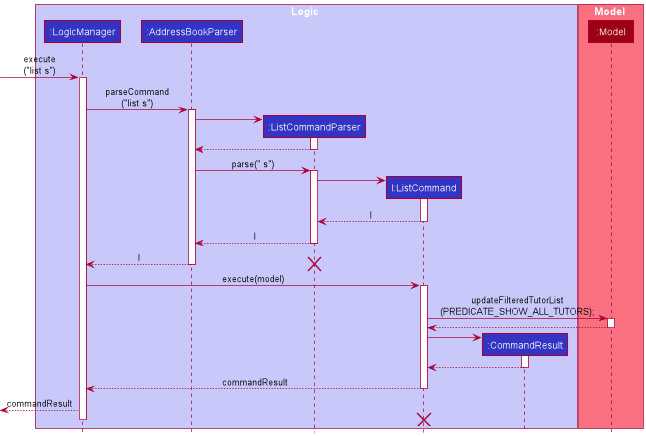
Earlier version of the PlantUML export docs/images/ListCommandSequenceDiagram.png (tenebrius1/tp). Its diagram source:
```plantuml
@startuml
!include style.puml

box Logic LOGIC_COLOR_T1
participant ":LogicManager" as LogicManager LOGIC_COLOR
participant ":AddressBookParser" as AddressBookParser LOGIC_COLOR
participant ":ListCommandParser" as ListCommandParser LOGIC_COLOR
participant "l:ListCommand" as ListCommand LOGIC_COLOR
participant ":CommandResult" as CommandResult LOGIC_COLOR
end box

box Model MODEL_COLOR_T1
participant ":Model" as Model MODEL_COLOR
end box

[-> LogicManager : execute\n("list s")
activate LogicManager
LogicManager -> AddressBookParser : parseCommand\n("list s")
activate AddressBookParser

create ListCommandParser
AddressBookParser -> ListCommandParser
activate ListCommandParser

AddressBookParser <-- ListCommandParser
deactivate ListCommandParser

AddressBookParser -> ListCommandParser : parse(" s")
activate ListCommandParser

create ListCommand
ListCommandParser -> ListCommand
activate ListCommand

ListCommandParser <-- ListCommand : l
deactivate ListCommand

ListCommandParser --> AddressBookParser : l
deactivate ListCommandParser

AddressBookParser --> LogicManager : l
deactivate AddressBookParser
destroy ListCommandParser

LogicManager -> ListCommand : execute(model)
activate ListCommand

ListCommand -> Model : updateFilteredTutorList\n(PREDICATE_SHOW_ALL_TUTORS);
activate Model
ListCommand <-- Model
deactivate Model

create CommandResult
ListCommand -> CommandResult
activate CommandResult

CommandResult --> ListCommand
deactivate CommandResult

ListCommand --> LogicManager : commandResult
deactivate ListCommand

[<--LogicManager : commandResult
ListCommand -[hidden]-> LogicManager
destroy ListCommand
deactivate LogicManager
@enduml
```
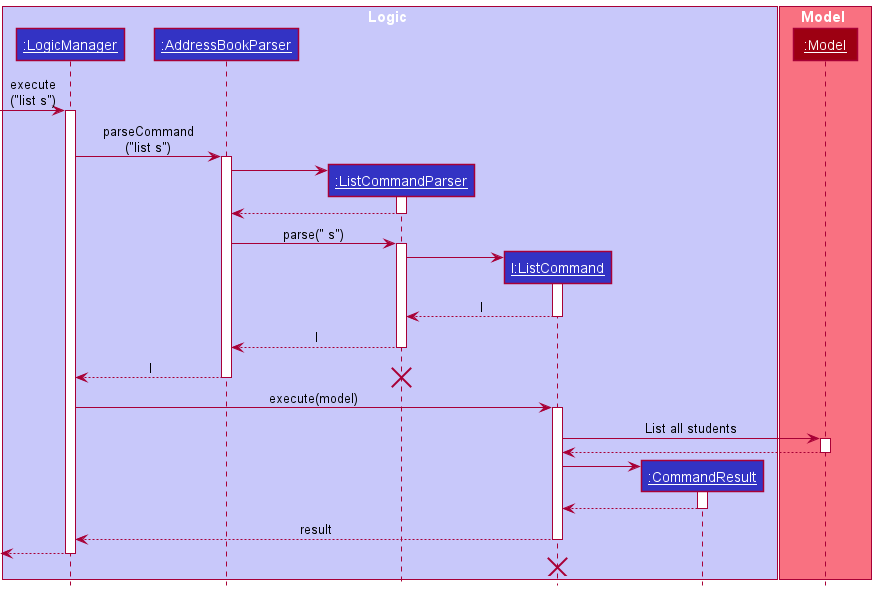
The same file after the commit.

Diff of the diagram source:
```diff
@@ -2,15 +2,15 @@
 !include style.puml
 
 box Logic LOGIC_COLOR_T1
-participant ":LogicManager" as LogicManager LOGIC_COLOR
-participant ":AddressBookParser" as AddressBookParser LOGIC_COLOR
-participant ":ListCommandParser" as ListCommandParser LOGIC_COLOR
-participant "l:ListCommand" as ListCommand LOGIC_COLOR
-participant ":CommandResult" as CommandResult LOGIC_COLOR
+participant "__:LogicManager__" as LogicManager LOGIC_COLOR
+participant "__:AddressBookParser__" as AddressBookParser LOGIC_COLOR
+participant "__:ListCommandParser__" as ListCommandParser LOGIC_COLOR
+participant "__l:ListCommand__" as ListCommand LOGIC_COLOR
+participant "__:CommandResult__" as CommandResult LOGIC_COLOR
 end box
 
 box Model MODEL_COLOR_T1
-participant ":Model" as Model MODEL_COLOR
+participant "__:Model__" as Model MODEL_COLOR
 end box
 
 [-> LogicManager : execute\n("list s")
@@ -45,7 +45,7 @@
 LogicManager -> ListCommand : execute(model)
 activate ListCommand
 
-ListCommand -> Model : updateFilteredTutorList\n(PREDICATE_SHOW_ALL_TUTORS);
+ListCommand -> Model : List all students
 activate Model
 ListCommand <-- Model
 deactivate Model
@@ -57,11 +57,11 @@
 CommandResult --> ListCommand
 deactivate CommandResult
 
-ListCommand --> LogicManager : commandResult
+ListCommand --> LogicManager : result
 deactivate ListCommand
 
-[<--LogicManager : commandResult
+[<--LogicManager
+deactivate LogicManager
 ListCommand -[hidden]-> LogicManager
 destroy ListCommand
-deactivate LogicManager
 @enduml
```
